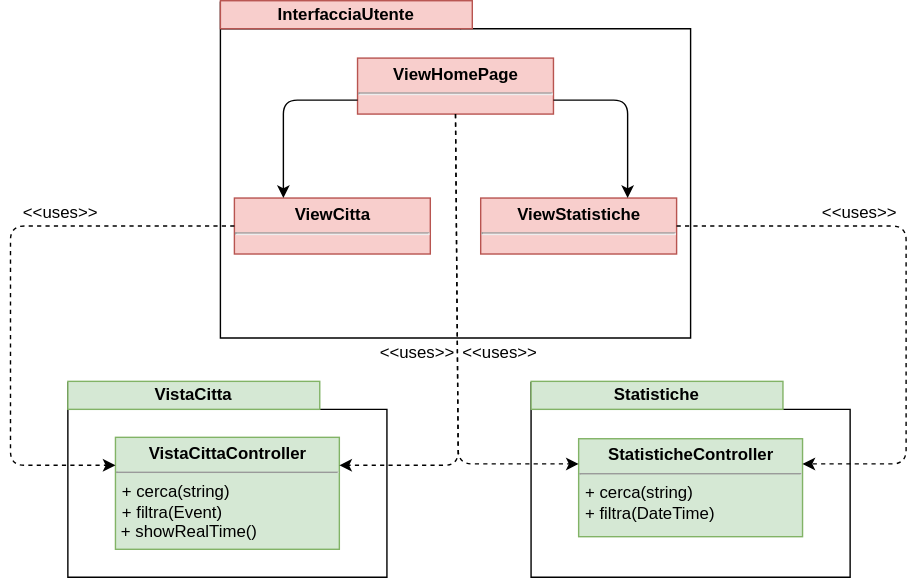
Above: resources/DiagrammaClassiUtente.svg in Leaaaf/weatherment.io (draw.io), before the change. Source tidied: cells renumbered, new cells last; positions are measured from the earlier drawing's top-left corner, leaving out a move shared by most shapes.
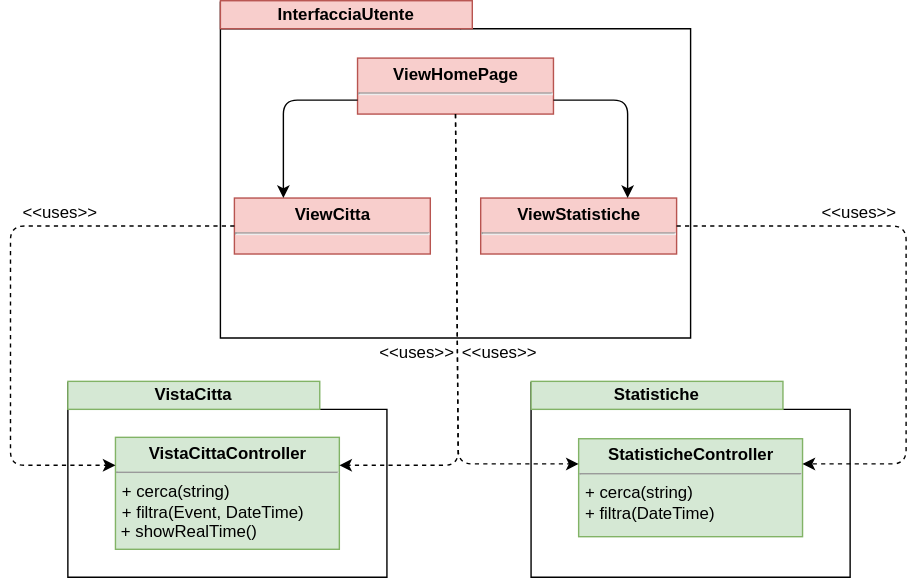
After the change.

Change to the diagram source:
```diff
@@ -37,7 +37,7 @@
     <mxCell id="10" value="VistaCitta" style="text;align=center;fontStyle=1;verticalAlign=middle;spacingLeft=3;spacingRight=3;strokeColor=#82b366;fillColor=#d5e8d4;" parent="1" vertex="1">
       <mxGeometry x="41" y="272" width="180" height="20" as="geometry" />
     </mxCell>
-    <mxCell id="11" value="&lt;p style=&quot;margin: 0px ; margin-top: 4px ; text-align: center&quot;&gt;&lt;b&gt;VistaCittaController&lt;/b&gt;&lt;/p&gt;&lt;hr size=&quot;1&quot;&gt;&lt;p style=&quot;margin: 0px ; margin-left: 4px&quot;&gt;+ cerca(string)&lt;/p&gt;&lt;p style=&quot;margin: 0px ; margin-left: 4px&quot;&gt;+ filtra(Event)&lt;/p&gt;&amp;nbsp;+ showRealTime()&lt;br&gt;" style="verticalAlign=top;align=left;overflow=fill;fontSize=12;fontFamily=Helvetica;html=1;labelBackgroundColor=none;fillColor=#d5e8d4;strokeColor=#82b366;" parent="1" vertex="1">
+    <mxCell id="11" value="&lt;p style=&quot;margin: 0px ; margin-top: 4px ; text-align: center&quot;&gt;&lt;b&gt;VistaCittaController&lt;/b&gt;&lt;/p&gt;&lt;hr size=&quot;1&quot;&gt;&lt;p style=&quot;margin: 0px ; margin-left: 4px&quot;&gt;+ cerca(string)&lt;/p&gt;&lt;p style=&quot;margin: 0px ; margin-left: 4px&quot;&gt;+ filtra(Event, DateTime)&lt;/p&gt;&amp;nbsp;+ showRealTime()&lt;br&gt;" style="verticalAlign=top;align=left;overflow=fill;fontSize=12;fontFamily=Helvetica;html=1;labelBackgroundColor=none;fillColor=#d5e8d4;strokeColor=#82b366;" parent="1" vertex="1">
       <mxGeometry x="75" y="312" width="160" height="80" as="geometry" />
     </mxCell>
     <mxCell id="12" style="shape=folder;fontStyle=1;spacingTop=10;tabWidth=172;tabHeight=19;tabPosition=left;html=1;" parent="1" vertex="1">
```
